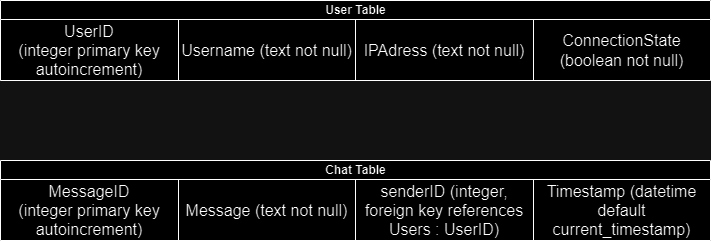
josua-ramouche/chat_system_project keeps this draw.io diagram as UML Diagrams/End of project Diagrams/Database overview.drawio.png. Above is the earlier version. Source tidied: cells renumbered, new cells last; positions are measured from the earlier drawing's top-left corner, leaving out a move shared by most shapes.
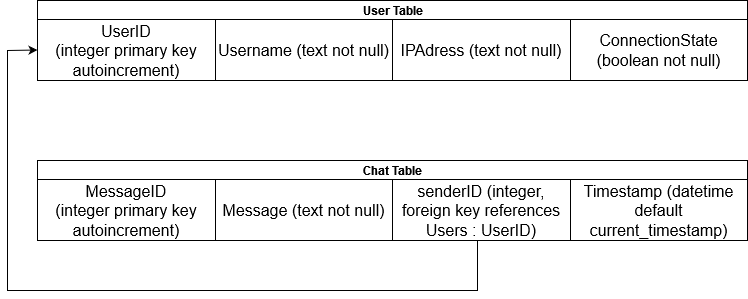
The same file after the commit.

Commit message:
Database overview

Diff of the diagram source:
```diff
@@ -44,5 +44,18 @@
     <mxCell id="15" value="Timestamp (datetime default current_timestamp)" style="shape=partialRectangle;html=1;whiteSpace=wrap;strokeColor=inherit;overflow=hidden;fillColor=none;top=0;left=0;bottom=0;right=0;fontSize=16;" parent="11" vertex="1">
       <mxGeometry x="533" width="177" height="61" as="geometry" />
     </mxCell>
+    <mxCell id="16" style="endArrow=classic;html=1;rounded=0;entryX=0;entryY=0.5;entryDx=0;entryDy=0;" parent="9" edge="1" target="4">
+      <mxGeometry relative="1" as="geometry">
+        <mxPoint x="440" y="80" as="sourcePoint" />
+        <Array as="points">
+          <mxPoint x="440" y="130" />
+          <mxPoint x="220" y="130" />
+          <mxPoint x="-30" y="130" />
+          <mxPoint x="-30" y="10" />
+          <mxPoint x="-30" y="-50" />
+          <mxPoint x="-30" y="-110" />
+        </Array>
+      </mxGeometry>
+    </mxCell>
   </root>
 </mxGraphModel>
```
